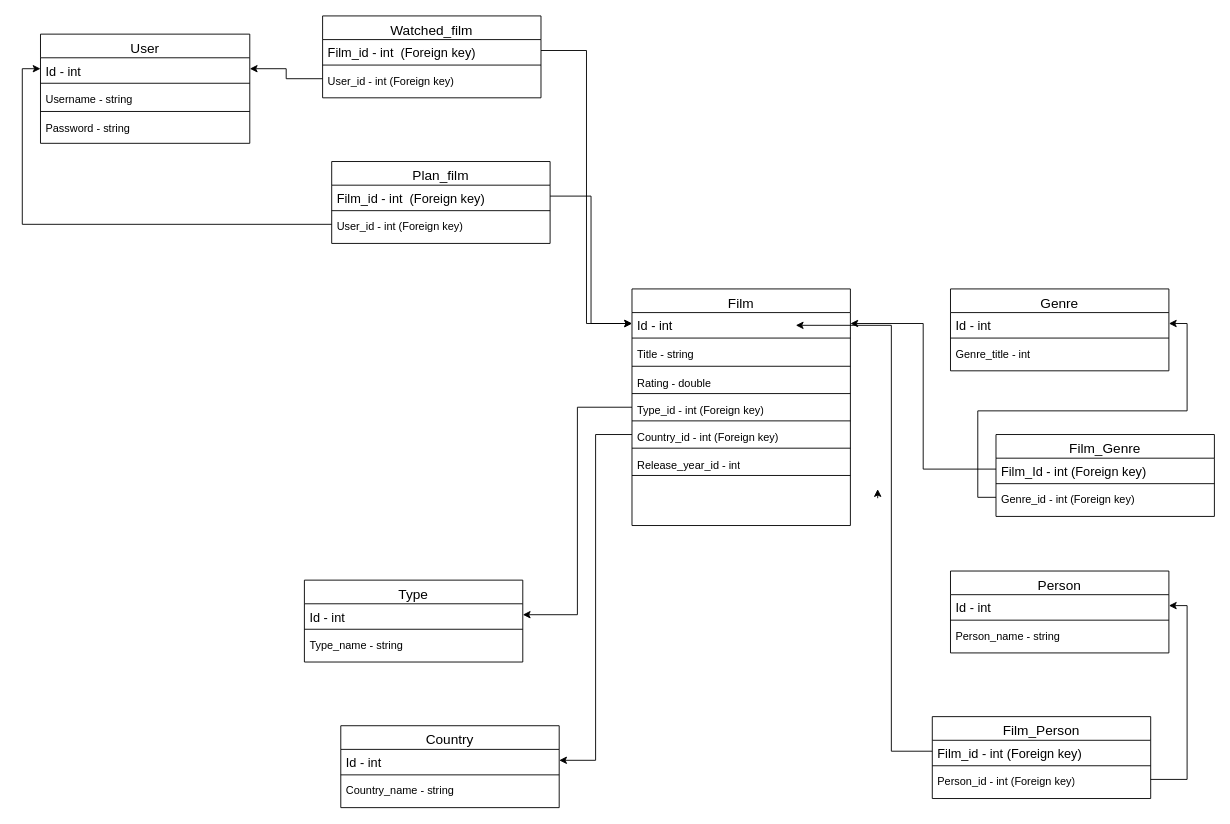
EugenySobyanin/FilmGalaryAcademy keeps this draw.io diagram as Схема_БД.drawio. Above is the earlier version. Source tidied: cells renumbered, new cells numbered last; positions are measured from the earlier drawing's top-left corner, leaving out a move shared by most shapes. Both pictures are drawn from the tidied source at 91%, with x=0, y=0 at pixel (40, 15).
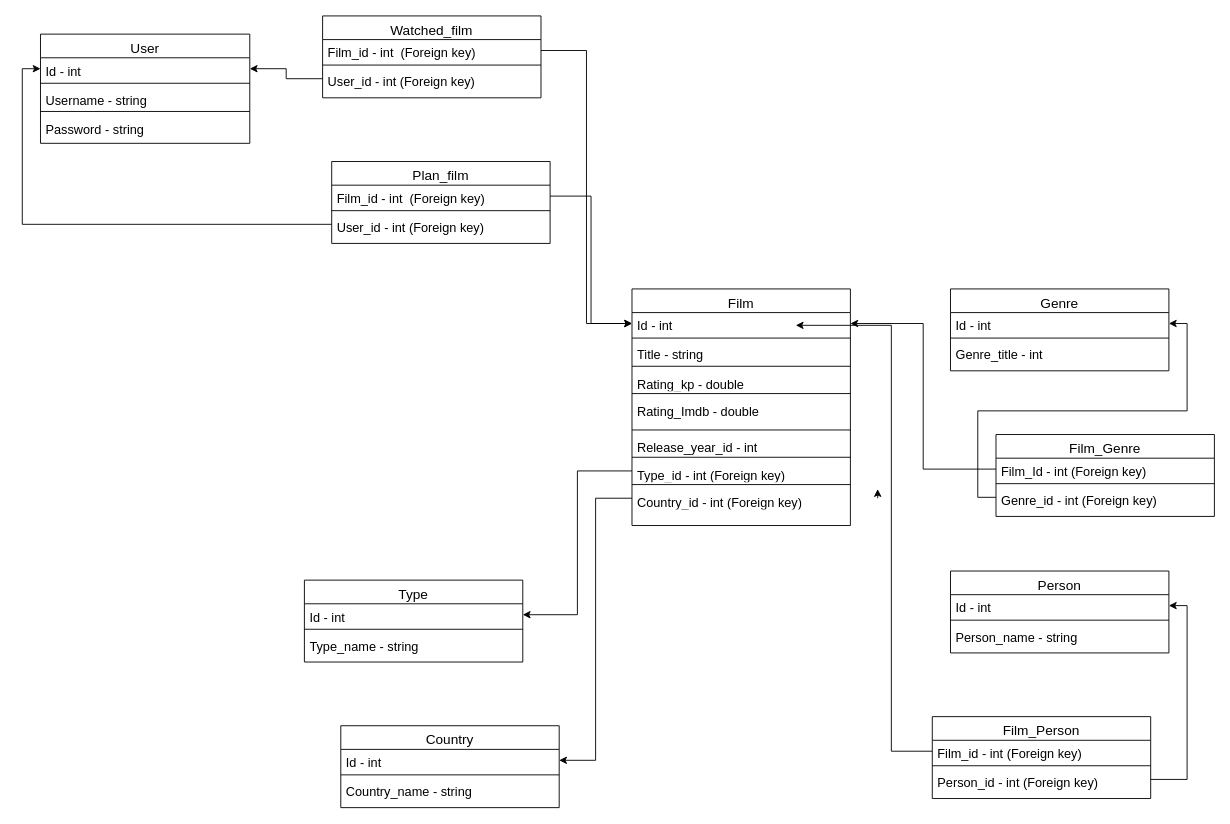
The same diagram, later.

Unchanged cells that the change refers to:
```xml
<mxCell id="3" value="Film" style="swimlane;fontStyle=0;align=center;verticalAlign=top;horizontal=1;startSize=26;rounded=0;shadow=0;strokeWidth=1;fontSize=15;" parent="1" vertex="1">
  <mxGeometry x="650" y="300" width="240" height="260" as="geometry" />
</mxCell>
<mxCell id="16" value="Film_Genre" style="swimlane;fontStyle=0;align=center;verticalAlign=top;horizontal=1;startSize=26;rounded=0;shadow=0;strokeWidth=1;fontSize=15;" parent="1" vertex="1">
  <mxGeometry x="1050" y="460" width="240" height="90" as="geometry" />
</mxCell>
<mxCell id="20" value="Genre" style="swimlane;fontStyle=0;align=center;verticalAlign=top;horizontal=1;startSize=26;rounded=0;shadow=0;strokeWidth=1;fontSize=15;" parent="1" vertex="1">
  <mxGeometry x="1000" y="300" width="240" height="90" as="geometry" />
</mxCell>
<mxCell id="24" value="Person" style="swimlane;fontStyle=0;align=center;verticalAlign=top;horizontal=1;startSize=26;rounded=0;shadow=0;strokeWidth=1;fontSize=15;" parent="1" vertex="1">
  <mxGeometry x="1000" y="610" width="240" height="90" as="geometry" />
</mxCell>
<mxCell id="28" value="Film_Person" style="swimlane;fontStyle=0;align=center;verticalAlign=top;horizontal=1;startSize=26;rounded=0;shadow=0;strokeWidth=1;fontSize=15;" parent="1" vertex="1">
  <mxGeometry x="980" y="770" width="240" height="90" as="geometry" />
</mxCell>
<mxCell id="32" value="Type" style="swimlane;fontStyle=0;align=center;verticalAlign=top;horizontal=1;startSize=26;rounded=0;shadow=0;strokeWidth=1;fontSize=15;" parent="1" vertex="1">
  <mxGeometry x="290" y="620" width="240" height="90" as="geometry" />
</mxCell>
<mxCell id="36" value="Country" style="swimlane;fontStyle=0;align=center;verticalAlign=top;horizontal=1;startSize=26;rounded=0;shadow=0;strokeWidth=1;fontSize=15;" parent="1" vertex="1">
  <mxGeometry x="330" y="780" width="240" height="90" as="geometry" />
</mxCell>
<mxCell id="40" value="User" style="swimlane;fontStyle=0;align=center;verticalAlign=top;horizontal=1;startSize=26;rounded=0;shadow=0;strokeWidth=1;fontSize=15;" parent="1" vertex="1">
  <mxGeometry y="20" width="230" height="120" as="geometry" />
</mxCell>
<mxCell id="47" value="Watched_film" style="swimlane;fontStyle=0;align=center;verticalAlign=top;horizontal=1;startSize=26;rounded=0;shadow=0;strokeWidth=1;fontSize=15;" parent="1" vertex="1">
  <mxGeometry x="310" width="240" height="90" as="geometry" />
</mxCell>
<mxCell id="51" value="Plan_film" style="swimlane;fontStyle=0;align=center;verticalAlign=top;horizontal=1;startSize=26;rounded=0;shadow=0;strokeWidth=1;fontSize=15;" parent="1" vertex="1">
  <mxGeometry x="320" y="160" width="240" height="90" as="geometry" />
</mxCell>
```

Change to the diagram source:
```diff
@@
-    <mxCell id="6" value="Title - string" style="text;strokeColor=none;fillColor=none;spacingLeft=4;spacingRight=4;overflow=hidden;fontSize=12;whiteSpace=wrap;html=1;" parent="3" vertex="1">
+    <mxCell id="6" value="Title - string" style="text;strokeColor=none;fillColor=none;spacingLeft=4;spacingRight=4;overflow=hidden;fontSize=14;whiteSpace=wrap;html=1;" parent="3" vertex="1">
       <mxGeometry y="58" width="240" height="22" as="geometry" />
     </mxCell>
@@
-    <mxCell id="8" value="Rating - double" style="text;strokeColor=none;fillColor=none;spacingLeft=4;spacingRight=4;overflow=hidden;fontSize=12;whiteSpace=wrap;html=1;" parent="3" vertex="1">
+    <mxCell id="8" value="Rating_kp - double" style="text;strokeColor=none;fillColor=none;spacingLeft=4;spacingRight=4;overflow=hidden;fontSize=14;whiteSpace=wrap;html=1;" parent="3" vertex="1">
       <mxGeometry y="90" width="240" height="20" as="geometry" />
     </mxCell>
@@
+    <mxCell id="65" value="&lt;font style=&quot;font-size: 14px;&quot;&gt;Rating_Imdb - double&lt;/font&gt;" style="text;strokeColor=none;fillColor=none;spacingLeft=4;spacingRight=4;overflow=hidden;fontSize=12;whiteSpace=wrap;html=1;" parent="3" vertex="1">
+      <mxGeometry y="120" width="240" height="30" as="geometry" />
+    </mxCell>
+    <mxCell id="11" style="line;strokeWidth=1;dashed=0;labelPosition=right;align=left;verticalAlign=middle;spacingTop=0;spacingLeft=6;" parent="3" vertex="1">
+      <mxGeometry y="150" width="240" height="10" as="geometry" />
+    </mxCell>
+    <mxCell id="14" value="Release_year_id - int" style="text;strokeColor=none;fillColor=none;spacingLeft=4;spacingRight=4;overflow=hidden;fontSize=14;whiteSpace=wrap;html=1;" parent="3" vertex="1">
+      <mxGeometry y="160" width="240" height="20" as="geometry" />
+    </mxCell>
+    <mxCell id="13" style="line;strokeWidth=1;dashed=0;labelPosition=right;align=left;verticalAlign=middle;spacingTop=0;spacingLeft=6;" parent="3" vertex="1">
+      <mxGeometry y="180" width="240" height="10" as="geometry" />
+    </mxCell>
-    <mxCell id="10" value="Type_id - int (Foreign key)" style="text;strokeColor=none;fillColor=none;spacingLeft=4;spacingRight=4;overflow=hidden;points=[[0,0.5],[1,0.5]];portConstraint=eastwest;fontSize=12;whiteSpace=wrap;html=1;" parent="3" vertex="1">
-      <mxGeometry y="120" width="240" height="20" as="geometry" />
+    <mxCell id="10" value="Type_id - int (Foreign key)" style="text;strokeColor=none;fillColor=none;spacingLeft=4;spacingRight=4;overflow=hidden;points=[[0,0.5],[1,0.5]];portConstraint=eastwest;fontSize=14;whiteSpace=wrap;html=1;" parent="3" vertex="1">
+      <mxGeometry y="190" width="240" height="20" as="geometry" />
     </mxCell>
-    <mxCell id="11" style="line;strokeWidth=1;dashed=0;labelPosition=right;align=left;verticalAlign=middle;spacingTop=0;spacingLeft=6;" parent="3" vertex="1">
-      <mxGeometry y="140" width="240" height="10" as="geometry" />
-    </mxCell>
+    <mxCell id="15" style="line;strokeWidth=1;dashed=0;labelPosition=right;align=left;verticalAlign=middle;spacingTop=0;spacingLeft=6;" parent="3" vertex="1">
+      <mxGeometry y="210" width="240" height="10" as="geometry" />
+    </mxCell>
-    <mxCell id="12" value="Country_id - int (Foreign key)" style="text;strokeColor=none;fillColor=none;spacingLeft=4;spacingRight=4;overflow=hidden;points=[[0,0.5],[1,0.5]];portConstraint=eastwest;fontSize=12;whiteSpace=wrap;html=1;" parent="3" vertex="1">
-      <mxGeometry y="150" width="240" height="20" as="geometry" />
+    <mxCell id="12" value="Country_id - int (Foreign key)" style="text;strokeColor=none;fillColor=none;spacingLeft=4;spacingRight=4;overflow=hidden;points=[[0,0.5],[1,0.5]];portConstraint=eastwest;fontSize=14;whiteSpace=wrap;html=1;" parent="3" vertex="1">
+      <mxGeometry y="220" width="240" height="20" as="geometry" />
     </mxCell>
-    <mxCell id="13" style="line;strokeWidth=1;dashed=0;labelPosition=right;align=left;verticalAlign=middle;spacingTop=0;spacingLeft=6;" parent="3" vertex="1">
-      <mxGeometry y="170" width="240" height="10" as="geometry" />
-    </mxCell>
-    <mxCell id="14" value="Release_year_id - int" style="text;strokeColor=none;fillColor=none;spacingLeft=4;spacingRight=4;overflow=hidden;fontSize=12;whiteSpace=wrap;html=1;" parent="3" vertex="1">
-      <mxGeometry y="180" width="240" height="20" as="geometry" />
-    </mxCell>
-    <mxCell id="15" style="line;strokeWidth=1;dashed=0;labelPosition=right;align=left;verticalAlign=middle;spacingTop=0;spacingLeft=6;" parent="3" vertex="1">
-      <mxGeometry y="200" width="240" height="10" as="geometry" />
-    </mxCell>
@@
-    <mxCell id="19" value="Genre_id - int (Foreign key)" style="text;strokeColor=none;fillColor=none;spacingLeft=4;spacingRight=4;overflow=hidden;points=[[0,0.5],[1,0.5]];portConstraint=eastwest;fontSize=12;whiteSpace=wrap;html=1;" parent="16" vertex="1">
+    <mxCell id="19" value="Genre_id - int (Foreign key)" style="text;strokeColor=none;fillColor=none;spacingLeft=4;spacingRight=4;overflow=hidden;points=[[0,0.5],[1,0.5]];portConstraint=eastwest;fontSize=14;whiteSpace=wrap;html=1;" parent="16" vertex="1">
       <mxGeometry y="58" width="240" height="22" as="geometry" />
     </mxCell>
@@
-    <mxCell id="23" value="Genre_title - int" style="text;strokeColor=none;fillColor=none;spacingLeft=4;spacingRight=4;overflow=hidden;fontSize=12;whiteSpace=wrap;html=1;" parent="20" vertex="1">
+    <mxCell id="23" value="Genre_title - int" style="text;strokeColor=none;fillColor=none;spacingLeft=4;spacingRight=4;overflow=hidden;fontSize=14;whiteSpace=wrap;html=1;" parent="20" vertex="1">
       <mxGeometry y="58" width="240" height="22" as="geometry" />
     </mxCell>
@@
-    <mxCell id="27" value="Person_name - string" style="text;strokeColor=none;fillColor=none;spacingLeft=4;spacingRight=4;overflow=hidden;fontSize=12;whiteSpace=wrap;html=1;" parent="24" vertex="1">
+    <mxCell id="27" value="Person_name - string" style="text;strokeColor=none;fillColor=none;spacingLeft=4;spacingRight=4;overflow=hidden;fontSize=14;whiteSpace=wrap;html=1;" parent="24" vertex="1">
       <mxGeometry y="58" width="240" height="22" as="geometry" />
     </mxCell>
@@
-    <mxCell id="31" value="Person_id - int (Foreign key)" style="text;strokeColor=none;fillColor=none;spacingLeft=4;spacingRight=4;overflow=hidden;points=[[0,0.5],[1,0.5]];portConstraint=eastwest;fontSize=12;whiteSpace=wrap;html=1;" parent="28" vertex="1">
+    <mxCell id="31" value="Person_id - int (Foreign key)" style="text;strokeColor=none;fillColor=none;spacingLeft=4;spacingRight=4;overflow=hidden;points=[[0,0.5],[1,0.5]];portConstraint=eastwest;fontSize=14;whiteSpace=wrap;html=1;" parent="28" vertex="1">
       <mxGeometry y="58" width="240" height="22" as="geometry" />
     </mxCell>
@@
-    <mxCell id="35" value="Type_name - string" style="text;strokeColor=none;fillColor=none;spacingLeft=4;spacingRight=4;overflow=hidden;fontSize=12;whiteSpace=wrap;html=1;" parent="32" vertex="1">
+    <mxCell id="35" value="Type_name - string" style="text;strokeColor=none;fillColor=none;spacingLeft=4;spacingRight=4;overflow=hidden;fontSize=14;whiteSpace=wrap;html=1;" parent="32" vertex="1">
       <mxGeometry y="58" width="240" height="22" as="geometry" />
     </mxCell>
@@
-    <mxCell id="39" value="Country_name - string" style="text;strokeColor=none;fillColor=none;spacingLeft=4;spacingRight=4;overflow=hidden;fontSize=12;whiteSpace=wrap;html=1;" parent="36" vertex="1">
+    <mxCell id="39" value="Country_name - string" style="text;strokeColor=none;fillColor=none;spacingLeft=4;spacingRight=4;overflow=hidden;fontSize=14;whiteSpace=wrap;html=1;" parent="36" vertex="1">
       <mxGeometry y="58" width="240" height="22" as="geometry" />
     </mxCell>
@@
-    <mxCell id="43" value="Username - string" style="text;strokeColor=none;fillColor=none;spacingLeft=4;spacingRight=4;overflow=hidden;fontSize=12;whiteSpace=wrap;html=1;" parent="40" vertex="1">
+    <mxCell id="43" value="Username - string" style="text;strokeColor=none;fillColor=none;spacingLeft=4;spacingRight=4;overflow=hidden;fontSize=14;whiteSpace=wrap;html=1;" parent="40" vertex="1">
       <mxGeometry y="58" width="230" height="22" as="geometry" />
     </mxCell>
@@
-    <mxCell id="45" value="Password - string" style="text;strokeColor=none;fillColor=none;spacingLeft=4;spacingRight=4;overflow=hidden;fontSize=12;whiteSpace=wrap;html=1;" parent="40" vertex="1">
+    <mxCell id="45" value="Password - string" style="text;strokeColor=none;fillColor=none;spacingLeft=4;spacingRight=4;overflow=hidden;fontSize=14;whiteSpace=wrap;html=1;" parent="40" vertex="1">
       <mxGeometry y="90" width="230" height="30" as="geometry" />
     </mxCell>
@@
-    <mxCell id="50" value="User_id - int (Foreign key)" style="text;strokeColor=none;fillColor=none;spacingLeft=4;spacingRight=4;overflow=hidden;points=[[0,0.5],[1,0.5]];portConstraint=eastwest;fontSize=12;whiteSpace=wrap;html=1;" parent="47" vertex="1">
+    <mxCell id="50" value="User_id - int (Foreign key)" style="text;strokeColor=none;fillColor=none;spacingLeft=4;spacingRight=4;overflow=hidden;points=[[0,0.5],[1,0.5]];portConstraint=eastwest;fontSize=14;whiteSpace=wrap;html=1;" parent="47" vertex="1">
       <mxGeometry y="58" width="240" height="22" as="geometry" />
     </mxCell>
@@
-    <mxCell id="54" value="User_id - int (Foreign key)" style="text;strokeColor=none;fillColor=none;spacingLeft=4;spacingRight=4;overflow=hidden;points=[[0,0.5],[1,0.5]];portConstraint=eastwest;fontSize=12;whiteSpace=wrap;html=1;" parent="51" vertex="1">
+    <mxCell id="54" value="User_id - int (Foreign key)" style="text;strokeColor=none;fillColor=none;spacingLeft=4;spacingRight=4;overflow=hidden;points=[[0,0.5],[1,0.5]];portConstraint=eastwest;fontSize=14;whiteSpace=wrap;html=1;" parent="51" vertex="1">
       <mxGeometry y="58" width="240" height="22" as="geometry" />
     </mxCell>
```
